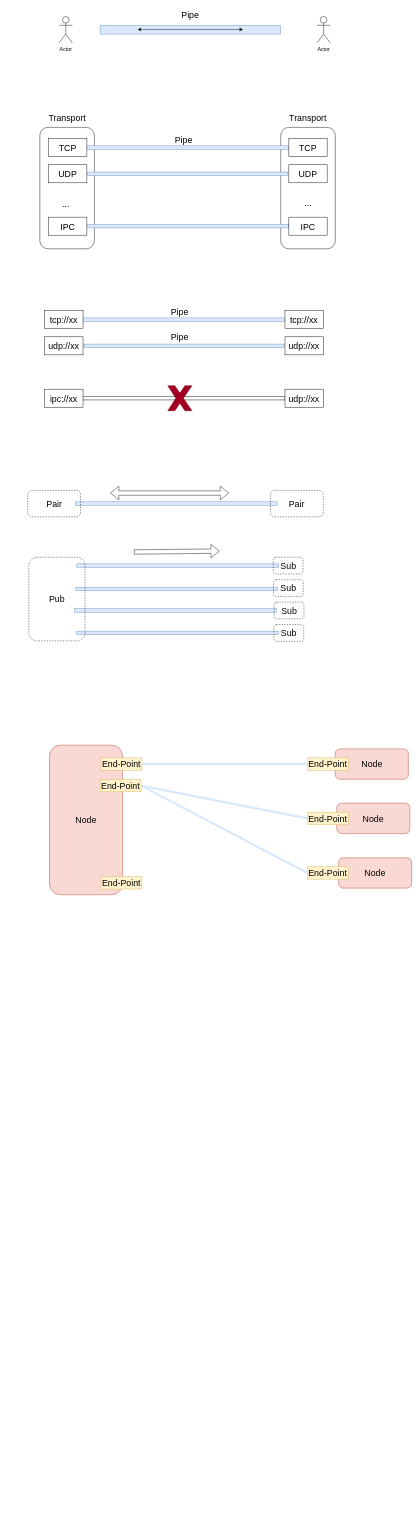
This is 未命名绘图.drawio from qiuyeyijian/Diagram, a draw.io file, before an edit. Source tidied: cells renumbered, new cells numbered last; positions are measured from the earlier drawing's top-left corner, leaving out a move shared by most shapes. Both pictures are drawn from the tidied source at 44%, with x=0, y=0 at pixel (28, 7).
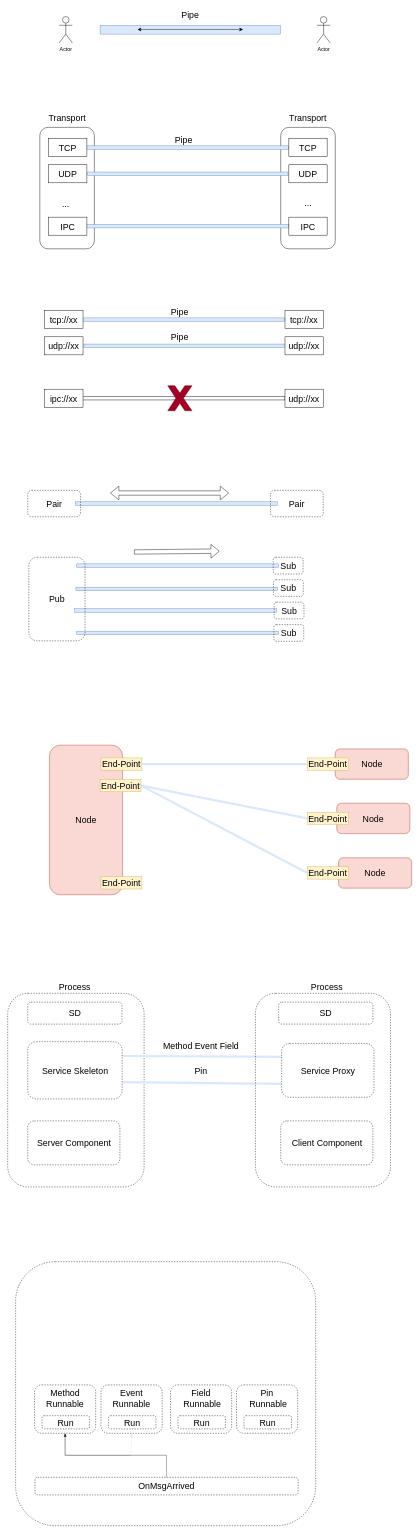
The same page after the edit.

Commit message:
更新未命名绘图.drawio

The edit, as a diff of the source:
```diff
@@
+    <mxCell id="62" style="rounded=1;whiteSpace=wrap;html=1;dashed=1;fontSize=20;fillColor=none;" parent="1" vertex="1">
+      <mxGeometry x="-46" y="2240" width="310" height="440" as="geometry" />
+    </mxCell>
+    <mxCell id="63" style="edgeStyle=none;rounded=0;jettySize=auto;html=1;exitX=1;exitY=0.25;exitDx=0;exitDy=0;entryX=0;entryY=0.25;entryDx=0;entryDy=0;strokeColor=#dae8fc;strokeWidth=5;fontSize=20;startArrow=none;startFill=0;endArrow=none;endFill=0;fillColor=#DAE8FC;" parent="1" edge="1" source="65" target="69">
+      <mxGeometry relative="1" as="geometry" />
+    </mxCell>
+    <mxCell id="64" style="edgeStyle=none;rounded=0;jettySize=auto;html=1;exitX=1.005;exitY=0.708;exitDx=0;exitDy=0;entryX=0;entryY=0.75;entryDx=0;entryDy=0;strokeColor=#dae8fc;strokeWidth=5;fontSize=20;startArrow=none;startFill=0;endArrow=none;endFill=0;fillColor=#DAE8FC;exitPerimeter=0;" parent="1" edge="1" source="65" target="69">
+      <mxGeometry relative="1" as="geometry" />
+    </mxCell>
+    <mxCell id="65" value="Service&amp;nbsp;Skeleton" style="rounded=1;whiteSpace=wrap;html=1;dashed=1;fontSize=20;fillColor=none;" parent="1" vertex="1">
+      <mxGeometry x="-0.5" y="2350" width="214.5" height="130" as="geometry" />
+    </mxCell>
+    <mxCell id="66" style="rounded=1;whiteSpace=wrap;html=1;dashed=1;fontSize=20;fillColor=none;" parent="1" vertex="1">
+      <mxGeometry x="517" y="2240" width="307" height="440" as="geometry" />
+    </mxCell>
+    <mxCell id="67" value="SD" style="rounded=1;whiteSpace=wrap;html=1;dashed=1;fontSize=20;fillColor=none;" parent="1" vertex="1">
+      <mxGeometry x="569.8" y="2260" width="214.2" height="50" as="geometry" />
+    </mxCell>
+    <mxCell id="68" value="Client&amp;nbsp;Component" style="rounded=1;whiteSpace=wrap;html=1;dashed=1;fontSize=20;fillColor=none;" parent="1" vertex="1">
+      <mxGeometry x="574.5" y="2530" width="209.5" height="100" as="geometry" />
+    </mxCell>
+    <mxCell id="69" value="Service&amp;nbsp;Proxy" style="rounded=1;whiteSpace=wrap;html=1;dashed=1;fontSize=20;fillColor=none;" parent="1" vertex="1">
+      <mxGeometry x="576.5" y="2353.8" width="210" height="122.5" as="geometry" />
+    </mxCell>
+    <mxCell id="70" value="SD" style="rounded=1;whiteSpace=wrap;html=1;dashed=1;fontSize=20;fillColor=none;" parent="1" vertex="1">
+      <mxGeometry x="-0.5" y="2260" width="214.2" height="50" as="geometry" />
+    </mxCell>
+    <mxCell id="71" value="Server Component" style="rounded=1;whiteSpace=wrap;html=1;dashed=1;fontSize=20;fillColor=none;" parent="1" vertex="1">
+      <mxGeometry x="-0.5" y="2530" width="209.5" height="100" as="geometry" />
+    </mxCell>
+    <mxCell id="72" value="Method Event Field" style="text;html=1;strokeColor=none;fillColor=none;align=center;verticalAlign=middle;whiteSpace=wrap;rounded=0;fontSize=20;" parent="1" vertex="1">
+      <mxGeometry x="304" y="2340" width="179" height="36" as="geometry" />
+    </mxCell>
+    <mxCell id="73" value="Pin" style="text;html=1;strokeColor=none;fillColor=none;align=center;verticalAlign=middle;whiteSpace=wrap;rounded=0;fontSize=20;" parent="1" vertex="1">
+      <mxGeometry x="304" y="2397" width="179" height="36" as="geometry" />
+    </mxCell>
+    <mxCell id="74" value="Process" style="text;html=1;strokeColor=none;fillColor=none;align=center;verticalAlign=middle;whiteSpace=wrap;rounded=0;fontSize=20;" parent="1" vertex="1">
+      <mxGeometry x="64.2" y="2210" width="85" height="30" as="geometry" />
+    </mxCell>
+    <mxCell id="75" value="Process" style="text;html=1;strokeColor=none;fillColor=none;align=center;verticalAlign=middle;whiteSpace=wrap;rounded=0;fontSize=20;" parent="1" vertex="1">
+      <mxGeometry x="636.8" y="2210" width="85" height="30" as="geometry" />
+    </mxCell>
+    <mxCell id="76" style="rounded=1;whiteSpace=wrap;html=1;dashed=1;fontSize=20;fillColor=none;" parent="1" vertex="1">
+      <mxGeometry x="-28" y="2850" width="682" height="600" as="geometry" />
+    </mxCell>
+    <mxCell id="77" style="edgeStyle=orthogonalEdgeStyle;rounded=0;jettySize=auto;html=1;entryX=0.5;entryY=1;entryDx=0;entryDy=0;strokeWidth=1;fontSize=20;startArrow=none;startFill=0;endArrow=classicThin;endFill=1;" parent="1" edge="1" source="79" target="81">
+      <mxGeometry relative="1" as="geometry" />
+    </mxCell>
+    <mxCell id="78" style="edgeStyle=orthogonalEdgeStyle;rounded=0;jettySize=auto;html=1;exitX=0.5;exitY=0;exitDx=0;exitDy=0;entryX=0.5;entryY=1;entryDx=0;entryDy=0;strokeColor=#dae8fc;strokeWidth=1;fontSize=20;startArrow=none;startFill=0;endArrow=classicThin;endFill=1;fillColor=#DAE8FC;" parent="1" edge="1" source="79" target="84">
+      <mxGeometry relative="1" as="geometry" />
+    </mxCell>
+    <mxCell id="79" value="OnMsgArrived" style="rounded=1;whiteSpace=wrap;html=1;dashed=1;fontSize=20;fillColor=none;" parent="1" vertex="1">
+      <mxGeometry x="16" y="3340" width="598" height="40" as="geometry" />
+    </mxCell>
+    <mxCell id="80" style="group;" parent="1" vertex="1">
+      <mxGeometry x="15" y="3130" width="139" height="110" as="geometry" />
+    </mxCell>
+    <mxCell id="81" value="Method Runnable" style="rounded=1;whiteSpace=wrap;html=1;dashed=1;fontSize=20;fillColor=none;verticalAlign=top;" parent="80" vertex="1">
+      <mxGeometry width="139" height="110" as="geometry" />
+    </mxCell>
+    <mxCell id="82" value="Run" style="rounded=1;whiteSpace=wrap;html=1;dashed=1;fontSize=20;fillColor=none;" parent="80" vertex="1">
+      <mxGeometry x="17" y="70" width="108" height="30" as="geometry" />
+    </mxCell>
+    <mxCell id="83" style="group;" parent="1" vertex="1">
+      <mxGeometry x="166" y="3130" width="139" height="110" as="geometry" />
+    </mxCell>
+    <mxCell id="84" value="Event Runnable" style="rounded=1;whiteSpace=wrap;html=1;dashed=1;fontSize=20;fillColor=none;verticalAlign=top;" parent="83" vertex="1">
+      <mxGeometry width="139" height="110" as="geometry" />
+    </mxCell>
+    <mxCell id="85" value="Run" style="rounded=1;whiteSpace=wrap;html=1;dashed=1;fontSize=20;fillColor=none;" parent="83" vertex="1">
+      <mxGeometry x="17" y="70" width="108" height="30" as="geometry" />
+    </mxCell>
+    <mxCell id="86" style="group;" parent="1" vertex="1">
+      <mxGeometry x="324" y="3130" width="139" height="110" as="geometry" />
+    </mxCell>
+    <mxCell id="87" value="Field&lt;br&gt;&amp;nbsp;Runnable" style="rounded=1;whiteSpace=wrap;html=1;dashed=1;fontSize=20;fillColor=none;verticalAlign=top;" parent="86" vertex="1">
+      <mxGeometry width="139" height="110" as="geometry" />
+    </mxCell>
+    <mxCell id="88" value="Run" style="rounded=1;whiteSpace=wrap;html=1;dashed=1;fontSize=20;fillColor=none;" parent="86" vertex="1">
+      <mxGeometry x="17" y="70" width="108" height="30" as="geometry" />
+    </mxCell>
+    <mxCell id="89" style="group;" parent="1" vertex="1">
+      <mxGeometry x="474" y="3130" width="139" height="110" as="geometry" />
+    </mxCell>
+    <mxCell id="90" value="Pin&lt;br&gt;&amp;nbsp;Runnable" style="rounded=1;whiteSpace=wrap;html=1;dashed=1;fontSize=20;fillColor=none;verticalAlign=top;" parent="89" vertex="1">
+      <mxGeometry width="139" height="110" as="geometry" />
+    </mxCell>
+    <mxCell id="91" value="Run" style="rounded=1;whiteSpace=wrap;html=1;dashed=1;fontSize=20;fillColor=none;" parent="89" vertex="1">
+      <mxGeometry x="17" y="70" width="108" height="30" as="geometry" />
+    </mxCell>
```
